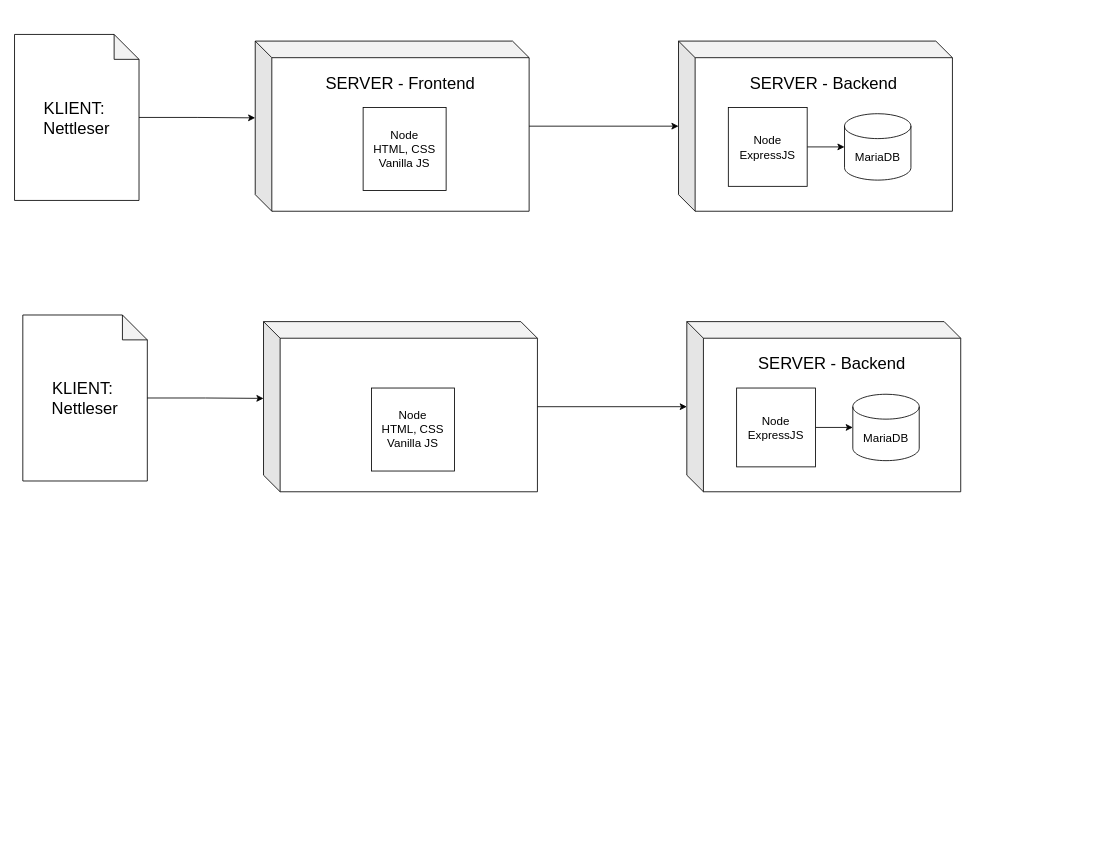
Madelelo/diagrammer keeps this draw.io diagram as deploymentKURS.drawio. Above is the earlier version. Source tidied: cells renumbered, new cells numbered last; positions are measured from the earlier drawing's top-left corner, leaving out a move shared by most shapes. Both pictures are drawn from the tidied source at 83%, with x=0, y=0 at pixel (14, 34).
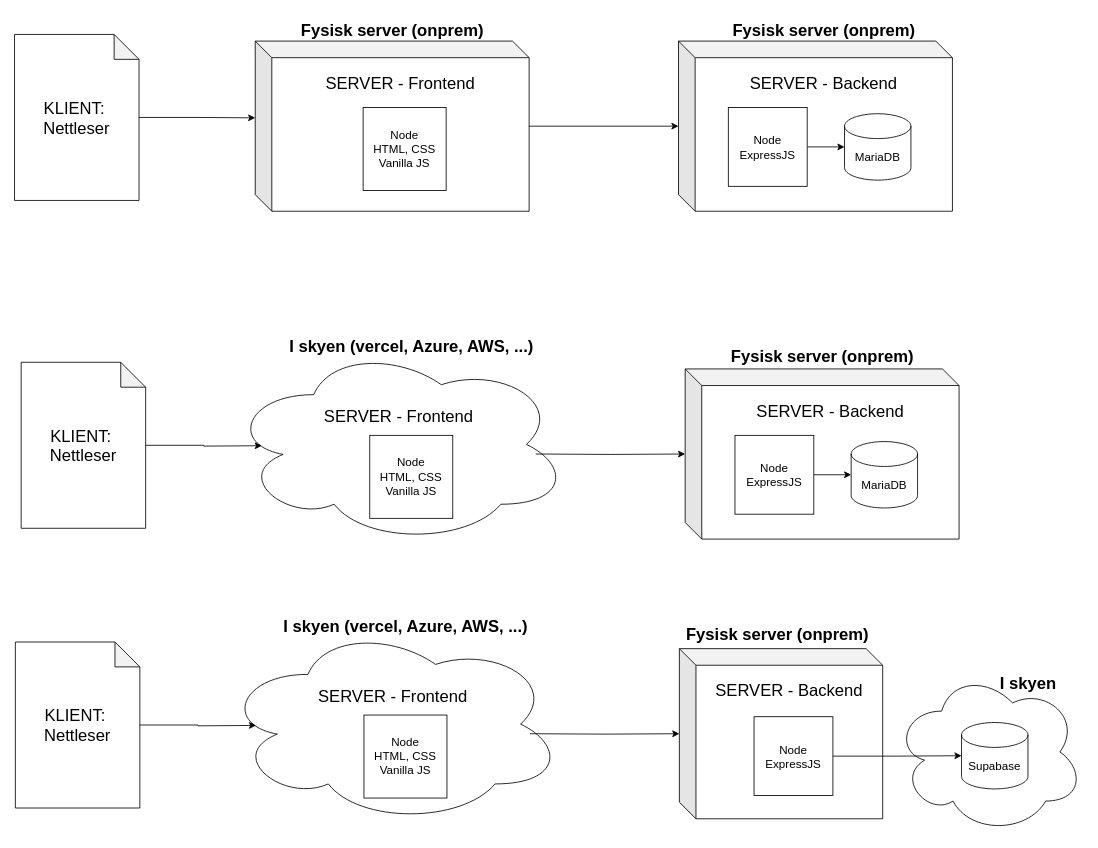
Above is the later version.

The change refers to these unchanged cells:
```xml
<mxCell id="14" value="&lt;font style=&quot;font-size: 20px;&quot;&gt;SERVER - Backend&lt;/font&gt;&lt;div&gt;&lt;span style=&quot;font-size: 20px;&quot;&gt;&lt;br&gt;&lt;/span&gt;&lt;div&gt;&lt;br&gt;&lt;/div&gt;&lt;div&gt;&lt;br&gt;&lt;/div&gt;&lt;div&gt;&lt;br&gt;&lt;/div&gt;&lt;div&gt;&lt;br&gt;&lt;/div&gt;&lt;div&gt;&lt;br&gt;&lt;/div&gt;&lt;div&gt;&lt;br&gt;&lt;/div&gt;&lt;div&gt;&lt;br&gt;&lt;/div&gt;&lt;/div&gt;" style="shape=cube;whiteSpace=wrap;html=1;boundedLbl=1;backgroundOutline=1;darkOpacity=0.05;darkOpacity2=0.1;" parent="13" vertex="1">
  <mxGeometry width="330" height="205" as="geometry" />
</mxCell>
```

The edit, as a diff of the source:
```diff
@@
+    <mxCell id="24" style="ellipse;shape=cloud;whiteSpace=wrap;html=1;" parent="1" vertex="1">
+      <mxGeometry x="1060" y="766" width="228" height="197" as="geometry" />
+    </mxCell>
@@
     <mxCell id="13" style="group;" parent="1" vertex="1">
-      <mxGeometry x="810" y="346" width="330" height="205" as="geometry" />
+      <mxGeometry x="808" y="403" width="330" height="205" as="geometry" />
     </mxCell>
@@
     <mxCell id="18" style="group;" parent="1" vertex="1">
-      <mxGeometry x="300" y="346" width="330" height="205" as="geometry" />
+      <mxGeometry x="298" y="403" width="380" height="210" as="geometry" />
     </mxCell>
-    <mxCell id="19" value="&lt;div&gt;&lt;div&gt;&lt;br&gt;&lt;/div&gt;&lt;/div&gt;" style="shape=cube;whiteSpace=wrap;html=1;boundedLbl=1;backgroundOutline=1;darkOpacity=0.05;darkOpacity2=0.1;" parent="18" vertex="1">
-      <mxGeometry width="330" height="205" as="geometry" />
-    </mxCell>
+    <mxCell id="25" value="&lt;font style=&quot;font-size: 20px;&quot;&gt;SERVER - Frontend&lt;/font&gt;&lt;div&gt;&lt;span style=&quot;font-size: 20px;&quot;&gt;&lt;br&gt;&lt;/span&gt;&lt;div&gt;&lt;br&gt;&lt;/div&gt;&lt;div&gt;&lt;br&gt;&lt;/div&gt;&lt;div&gt;&lt;br&gt;&lt;/div&gt;&lt;/div&gt;" style="ellipse;shape=cloud;whiteSpace=wrap;html=1;" parent="18" vertex="1">
+      <mxGeometry x="-40" y="-29" width="410" height="240" as="geometry" />
+    </mxCell>
@@
     <mxCell id="21" value="&lt;font style=&quot;font-size: 20px;&quot;&gt;KLIENT:&amp;nbsp;&lt;/font&gt;&lt;div&gt;&lt;font style=&quot;font-size: 20px;&quot;&gt;Nettleser&lt;/font&gt;&lt;/div&gt;" style="shape=note;whiteSpace=wrap;html=1;backgroundOutline=1;darkOpacity=0.05;" parent="1" vertex="1">
-      <mxGeometry x="10" y="338" width="150" height="200" as="geometry" />
+      <mxGeometry x="8" y="395" width="150" height="200" as="geometry" />
     </mxCell>
-    <mxCell id="22" style="edgeStyle=orthogonalEdgeStyle;rounded=0;jettySize=auto;html=1;" parent="1" edge="1" source="19" target="14">
-      <mxGeometry relative="1" as="geometry" />
+    <mxCell id="22" style="edgeStyle=orthogonalEdgeStyle;rounded=0;jettySize=auto;html=1;" parent="1" edge="1" target="14">
+      <mxGeometry relative="1" as="geometry">
+        <mxPoint x="628" y="505.5" as="sourcePoint" />
+      </mxGeometry>
     </mxCell>
-    <mxCell id="23" style="edgeStyle=orthogonalEdgeStyle;rounded=0;jettySize=auto;html=1;entryX=0;entryY=0;entryDx=0;entryDy=92.5;entryPerimeter=0;" parent="1" edge="1" source="21" target="19">
-      <mxGeometry relative="1" as="geometry" />
+    <mxCell id="23" style="edgeStyle=orthogonalEdgeStyle;rounded=0;jettySize=auto;html=1;entryX=0;entryY=0;entryDx=0;entryDy=92.5;entryPerimeter=0;" parent="1" edge="1" source="21">
+      <mxGeometry relative="1" as="geometry">
+        <mxPoint x="298" y="495.5" as="targetPoint" />
+      </mxGeometry>
     </mxCell>
+    <mxCell id="26" value="Fysisk server (onprem)" style="text;html=1;align=center;verticalAlign=middle;strokeColor=none;fillColor=none;fontSize=20;fontStyle=1;" parent="1" vertex="1">
+      <mxGeometry x="344" y="-24" width="222" height="36" as="geometry" />
+    </mxCell>
+    <mxCell id="27" value="Fysisk server (onprem)" style="text;html=1;align=center;verticalAlign=middle;strokeColor=none;fillColor=none;fontSize=20;fontStyle=1;" parent="1" vertex="1">
+      <mxGeometry x="864" y="-24" width="222" height="36" as="geometry" />
+    </mxCell>
+    <mxCell id="28" value="Fysisk server (onprem)" style="text;html=1;align=center;verticalAlign=middle;strokeColor=none;fillColor=none;fontSize=20;fontStyle=1;" parent="1" vertex="1">
+      <mxGeometry x="862" y="369" width="222" height="36" as="geometry" />
+    </mxCell>
+    <mxCell id="29" value="I skyen (vercel, Azure, AWS, ...)" style="text;html=1;align=center;verticalAlign=middle;strokeColor=none;fillColor=none;fontSize=20;fontStyle=1;" parent="1" vertex="1">
+      <mxGeometry x="328" y="355" width="300" height="40" as="geometry" />
+    </mxCell>
+    <mxCell id="30" style="group;" parent="1" vertex="1">
+      <mxGeometry x="291" y="740" width="380" height="210" as="geometry" />
+    </mxCell>
+    <mxCell id="31" value="&lt;font style=&quot;font-size: 20px;&quot;&gt;SERVER - Frontend&lt;/font&gt;&lt;div&gt;&lt;span style=&quot;font-size: 20px;&quot;&gt;&lt;br&gt;&lt;/span&gt;&lt;div&gt;&lt;br&gt;&lt;/div&gt;&lt;div&gt;&lt;br&gt;&lt;/div&gt;&lt;div&gt;&lt;br&gt;&lt;/div&gt;&lt;/div&gt;" style="ellipse;shape=cloud;whiteSpace=wrap;html=1;" parent="30" vertex="1">
+      <mxGeometry x="-40" y="-29" width="410" height="240" as="geometry" />
+    </mxCell>
+    <mxCell id="32" value="Node&lt;div&gt;HTML, CSS&lt;/div&gt;&lt;div&gt;Vanilla JS&lt;/div&gt;" style="whiteSpace=wrap;html=1;fontSize=14;" parent="30" vertex="1">
+      <mxGeometry x="130" y="80" width="100" height="100" as="geometry" />
+    </mxCell>
+    <mxCell id="33" value="&lt;font style=&quot;font-size: 20px;&quot;&gt;KLIENT:&amp;nbsp;&lt;/font&gt;&lt;div&gt;&lt;font style=&quot;font-size: 20px;&quot;&gt;Nettleser&lt;/font&gt;&lt;/div&gt;" style="shape=note;whiteSpace=wrap;html=1;backgroundOutline=1;darkOpacity=0.05;" parent="1" vertex="1">
+      <mxGeometry x="1" y="732" width="150" height="200" as="geometry" />
+    </mxCell>
+    <mxCell id="34" style="edgeStyle=orthogonalEdgeStyle;rounded=0;jettySize=auto;html=1;" parent="1" edge="1" target="38">
+      <mxGeometry relative="1" as="geometry">
+        <mxPoint x="621" y="842.5" as="sourcePoint" />
+      </mxGeometry>
+    </mxCell>
+    <mxCell id="35" style="edgeStyle=orthogonalEdgeStyle;rounded=0;jettySize=auto;html=1;entryX=0;entryY=0;entryDx=0;entryDy=92.5;entryPerimeter=0;" parent="1" edge="1" source="33">
+      <mxGeometry relative="1" as="geometry">
+        <mxPoint x="291" y="832.5" as="targetPoint" />
+      </mxGeometry>
+    </mxCell>
+    <mxCell id="36" value="Fysisk server (onprem)" style="text;html=1;align=center;verticalAlign=middle;strokeColor=none;fillColor=none;fontSize=20;fontStyle=1;" parent="1" vertex="1">
+      <mxGeometry x="808" y="704" width="222" height="36" as="geometry" />
+    </mxCell>
+    <mxCell id="37" value="I skyen (vercel, Azure, AWS, ...)" style="text;html=1;align=center;verticalAlign=middle;strokeColor=none;fillColor=none;fontSize=20;fontStyle=1;" parent="1" vertex="1">
+      <mxGeometry x="321" y="692" width="300" height="40" as="geometry" />
+    </mxCell>
+    <mxCell id="38" value="&lt;font style=&quot;font-size: 20px;&quot;&gt;SERVER - Backend&lt;/font&gt;&lt;div&gt;&lt;span style=&quot;font-size: 20px;&quot;&gt;&lt;br&gt;&lt;/span&gt;&lt;div&gt;&lt;br&gt;&lt;/div&gt;&lt;div&gt;&lt;br&gt;&lt;/div&gt;&lt;div&gt;&lt;br&gt;&lt;/div&gt;&lt;div&gt;&lt;br&gt;&lt;/div&gt;&lt;div&gt;&lt;br&gt;&lt;/div&gt;&lt;div&gt;&lt;br&gt;&lt;/div&gt;&lt;div&gt;&lt;br&gt;&lt;/div&gt;&lt;/div&gt;" style="shape=cube;whiteSpace=wrap;html=1;boundedLbl=1;backgroundOutline=1;darkOpacity=0.05;darkOpacity2=0.1;" parent="1" vertex="1">
+      <mxGeometry x="801" y="740" width="245" height="205" as="geometry" />
+    </mxCell>
+    <mxCell id="39" value="Supabase" style="shape=cylinder3;whiteSpace=wrap;html=1;boundedLbl=1;backgroundOutline=1;size=15;fontSize=14;" parent="1" vertex="1">
+      <mxGeometry x="1141" y="829" width="80" height="80" as="geometry" />
+    </mxCell>
+    <mxCell id="40" style="edgeStyle=orthogonalEdgeStyle;rounded=0;jettySize=auto;html=1;" parent="1" edge="1" source="41" target="39">
+      <mxGeometry relative="1" as="geometry" />
+    </mxCell>
+    <mxCell id="41" value="Node&lt;div&gt;ExpressJS&lt;/div&gt;" style="whiteSpace=wrap;html=1;fontSize=14;" parent="1" vertex="1">
+      <mxGeometry x="891" y="822" width="95" height="95" as="geometry" />
+    </mxCell>
+    <mxCell id="42" value="I skyen" style="text;html=1;align=center;verticalAlign=middle;strokeColor=none;fillColor=none;fontSize=20;fontStyle=1;" parent="1" vertex="1">
+      <mxGeometry x="1180" y="763" width="81" height="36" as="geometry" />
+    </mxCell>
```
